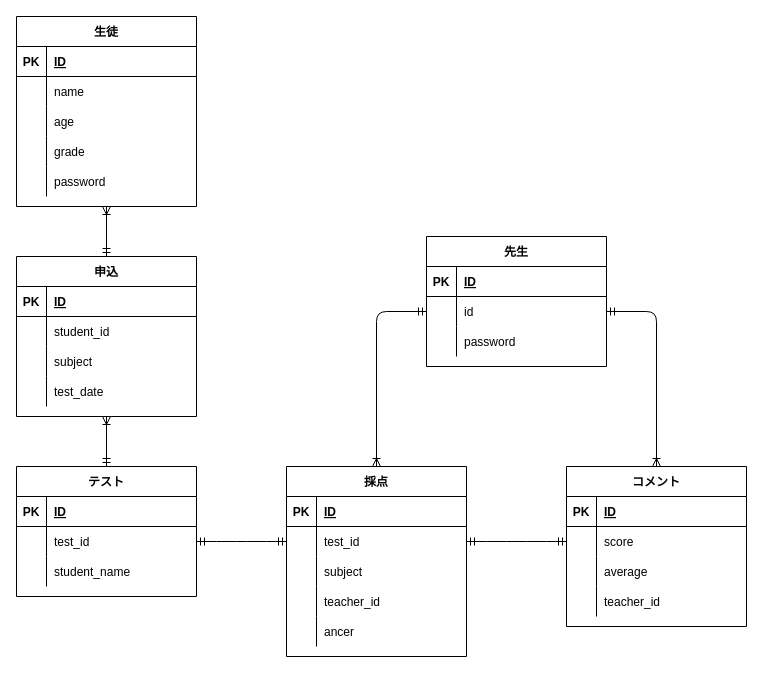
Earlier version of the draw.io diagram ER_diagram.drawio (SatoryoTK/DATABASEdesign). Source tidied: cells renumbered, new cells numbered last; positions are measured from the earlier drawing's top-left corner, leaving out a move shared by most shapes. Both pictures are drawn from the tidied source at 100%, with x=0, y=0 at pixel (16, 16).
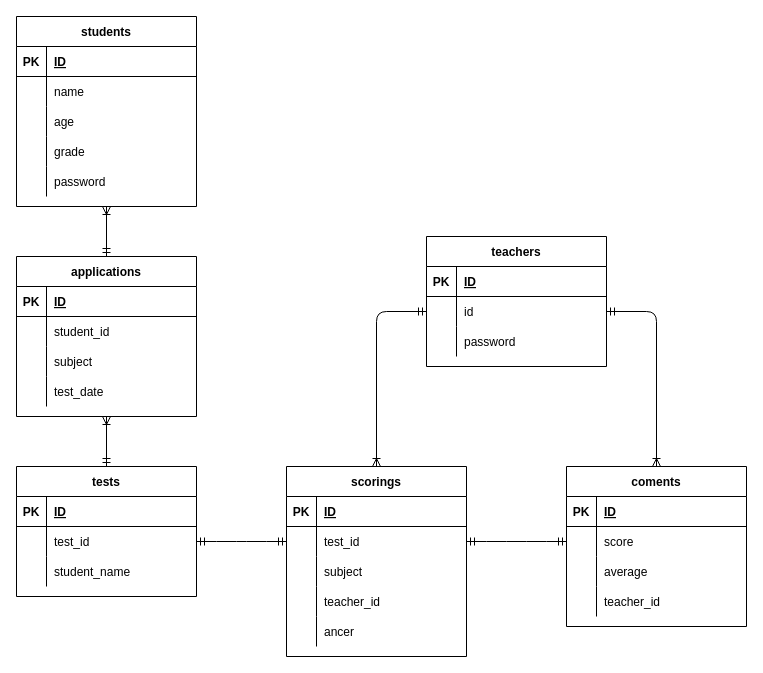
The same diagram, later.

The edit, as a diff of the source:
```diff
@@
-    <mxCell id="2" value="生徒" style="shape=table;startSize=30;childLayout=tableLayout;rowLines=0;fontStyle=1;align=center;" parent="1" vertex="1">
+    <mxCell id="2" value="students" style="shape=table;startSize=30;childLayout=tableLayout;rowLines=0;fontStyle=1;align=center;" parent="1" vertex="1">
       <mxGeometry width="180" height="190" as="geometry" />
     </mxCell>
@@
-    <mxCell id="18" value="申込" style="shape=table;startSize=30;childLayout=tableLayout;rowLines=0;fontStyle=1;align=center;" parent="1" vertex="1">
+    <mxCell id="18" value="applications" style="shape=table;startSize=30;childLayout=tableLayout;rowLines=0;fontStyle=1;align=center;" parent="1" vertex="1">
       <mxGeometry y="240" width="180" height="160" as="geometry" />
     </mxCell>
@@
-    <mxCell id="31" value="テスト" style="shape=table;startSize=30;childLayout=tableLayout;rowLines=0;fontStyle=1;align=center;" parent="1" vertex="1">
+    <mxCell id="31" value="tests" style="shape=table;startSize=30;childLayout=tableLayout;rowLines=0;fontStyle=1;align=center;" parent="1" vertex="1">
       <mxGeometry y="450" width="180" height="130" as="geometry" />
     </mxCell>
@@
-    <mxCell id="43" value="採点" style="shape=table;startSize=30;childLayout=tableLayout;rowLines=0;fontStyle=1;align=center;" parent="1" vertex="1">
+    <mxCell id="43" value="scorings" style="shape=table;startSize=30;childLayout=tableLayout;rowLines=0;fontStyle=1;align=center;" parent="1" vertex="1">
       <mxGeometry x="270" y="450" width="180" height="190" as="geometry" />
     </mxCell>
@@
-    <mxCell id="59" value="コメント" style="shape=table;startSize=30;childLayout=tableLayout;rowLines=0;fontStyle=1;align=center;" parent="1" vertex="1">
+    <mxCell id="59" value="coments" style="shape=table;startSize=30;childLayout=tableLayout;rowLines=0;fontStyle=1;align=center;" parent="1" vertex="1">
       <mxGeometry x="550" y="450" width="180" height="160" as="geometry" />
     </mxCell>
@@
-    <mxCell id="72" value="先生" style="shape=table;startSize=30;childLayout=tableLayout;rowLines=0;fontStyle=1;align=center;" parent="1" vertex="1">
+    <mxCell id="72" value="teachers" style="shape=table;startSize=30;childLayout=tableLayout;rowLines=0;fontStyle=1;align=center;" parent="1" vertex="1">
       <mxGeometry x="410" y="220" width="180" height="130" as="geometry" />
     </mxCell>
```
